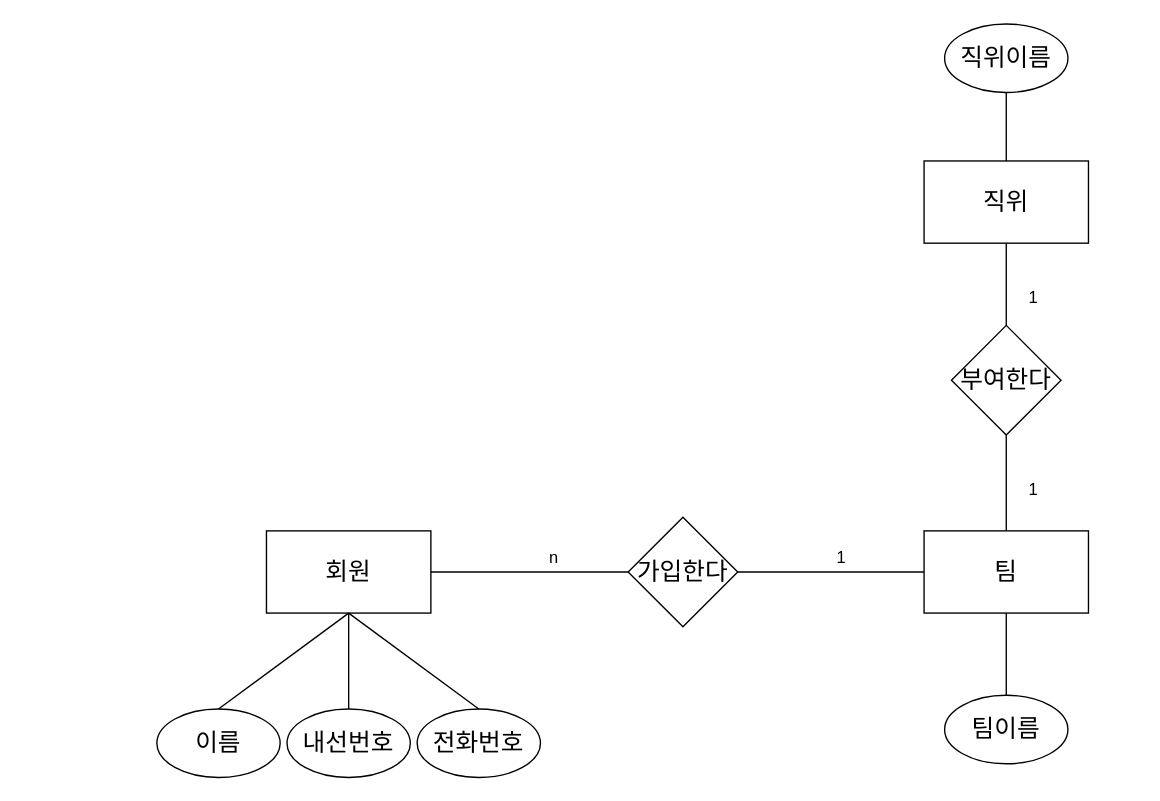
sb0321/companyAssignment keeps this draw.io diagram as src/main/resources/documents/organization_concept.drawio. Above is the earlier version. Source tidied: cells renumbered, new cells numbered last; positions are measured from the earlier drawing's top-left corner, leaving out a move shared by most shapes. Both pictures are drawn from the tidied source at 137%, with x=0, y=0 at pixel (156, 23).
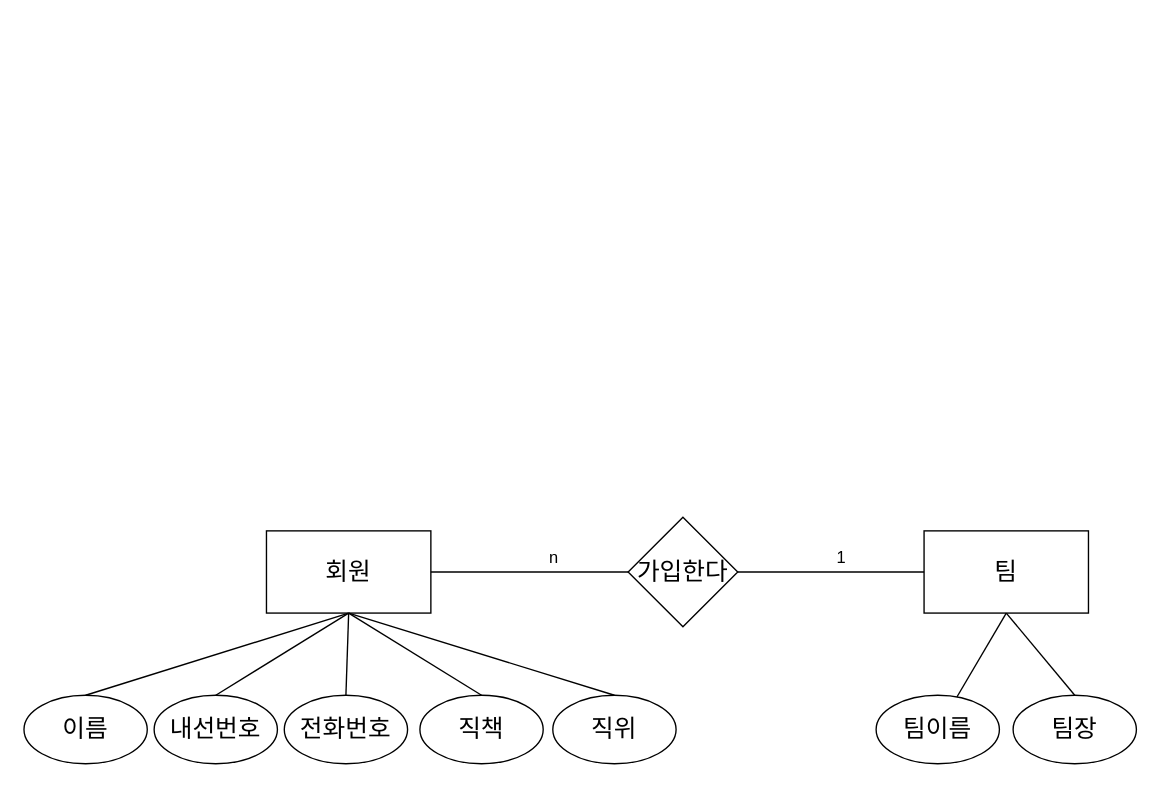
Above is the later version.

Commit message (it also covers changes not shown here):
docs: 문서 재정의

The change refers to these unchanged cells:
```xml
<mxCell id="2" value="&lt;font style=&quot;font-size: 18px&quot;&gt;회원&lt;/font&gt;" style="rounded=0;whiteSpace=wrap;html=1;" parent="1" vertex="1">
  <mxGeometry x="80" y="370" width="120" height="60" as="geometry" />
</mxCell>
<mxCell id="3" value="&lt;font style=&quot;font-size: 18px&quot;&gt;팀&lt;br&gt;&lt;/font&gt;" style="rounded=0;whiteSpace=wrap;html=1;" parent="1" vertex="1">
  <mxGeometry x="560" y="370" width="120" height="60" as="geometry" />
</mxCell>
```

What changed in the source:
```diff
@@
     <mxCell id="4" value="&lt;font style=&quot;font-size: 18px&quot;&gt;이름&lt;/font&gt;" style="ellipse;whiteSpace=wrap;html=1;" parent="1" vertex="1">
-      <mxGeometry y="500" width="90" height="50" as="geometry" />
+      <mxGeometry x="-97" y="490" width="90" height="50" as="geometry" />
     </mxCell>
     <mxCell id="5" value="&lt;font style=&quot;font-size: 18px&quot;&gt;내선번호&lt;/font&gt;" style="ellipse;whiteSpace=wrap;html=1;" parent="1" vertex="1">
-      <mxGeometry x="95" y="500" width="90" height="50" as="geometry" />
+      <mxGeometry x="-2" y="490" width="90" height="50" as="geometry" />
     </mxCell>
     <mxCell id="6" value="&lt;span style=&quot;font-size: 18px&quot;&gt;전화번호&lt;/span&gt;" style="ellipse;whiteSpace=wrap;html=1;" parent="1" vertex="1">
-      <mxGeometry x="190" y="500" width="90" height="50" as="geometry" />
+      <mxGeometry x="93" y="490" width="90" height="50" as="geometry" />
     </mxCell>
@@
     <mxCell id="13" value="&lt;span style=&quot;font-size: 18px&quot;&gt;팀이름&lt;/span&gt;" style="ellipse;whiteSpace=wrap;html=1;" parent="1" vertex="1">
-      <mxGeometry x="575" y="490" width="90" height="50" as="geometry" />
+      <mxGeometry x="525" y="490" width="90" height="50" as="geometry" />
     </mxCell>
@@
+    <mxCell id="25" value="&lt;span style=&quot;font-size: 18px&quot;&gt;직책&lt;/span&gt;" style="ellipse;whiteSpace=wrap;html=1;" parent="1" vertex="1">
+      <mxGeometry x="192" y="490" width="90" height="50" as="geometry" />
+    </mxCell>
+    <mxCell id="26" style="endArrow=none;html=1;entryX=0.5;entryY=1;entryDx=0;entryDy=0;exitX=0.5;exitY=0;exitDx=0;exitDy=0;" parent="1" edge="1" source="25" target="2">
+      <mxGeometry relative="1" as="geometry" />
+    </mxCell>
-    <mxCell id="17" value="&lt;font style=&quot;font-size: 18px&quot;&gt;직위&lt;br&gt;&lt;/font&gt;" style="rounded=0;whiteSpace=wrap;html=1;" parent="1" vertex="1">
-      <mxGeometry x="560" y="100" width="120" height="60" as="geometry" />
+    <mxCell id="17" value="&lt;span style=&quot;font-size: 18px&quot;&gt;직위&lt;/span&gt;" style="ellipse;whiteSpace=wrap;html=1;" parent="1" vertex="1">
+      <mxGeometry x="289" y="490" width="90" height="50" as="geometry" />
     </mxCell>
-    <mxCell id="18" value="&lt;font style=&quot;font-size: 18px&quot;&gt;부여한다&lt;/font&gt;" style="rhombus;whiteSpace=wrap;html=1;" parent="1" vertex="1">
-      <mxGeometry x="580" y="220" width="80" height="80" as="geometry" />
-    </mxCell>
-    <mxCell id="19" style="endArrow=none;html=1;entryX=0.5;entryY=1;entryDx=0;entryDy=0;exitX=0.5;exitY=0;exitDx=0;exitDy=0;" parent="1" edge="1" source="3" target="18">
-      <mxGeometry relative="1" as="geometry" />
-    </mxCell>
-    <mxCell id="20" style="endArrow=none;html=1;entryX=0.5;entryY=1;entryDx=0;entryDy=0;exitX=0.5;exitY=0;exitDx=0;exitDy=0;" parent="1" edge="1" source="18" target="17">
-      <mxGeometry relative="1" as="geometry" />
-    </mxCell>
-    <mxCell id="21" value="&lt;span style=&quot;font-size: 18px&quot;&gt;직위이름&lt;/span&gt;" style="ellipse;whiteSpace=wrap;html=1;" parent="1" vertex="1">
-      <mxGeometry x="575" width="90" height="50" as="geometry" />
-    </mxCell>
-    <mxCell id="22" style="endArrow=none;html=1;entryX=0.5;entryY=1;entryDx=0;entryDy=0;exitX=0.5;exitY=0;exitDx=0;exitDy=0;" parent="1" edge="1" source="17" target="21">
-      <mxGeometry relative="1" as="geometry" />
-    </mxCell>
-    <mxCell id="23" value="1" style="text;html=1;strokeColor=none;fillColor=none;align=center;verticalAlign=middle;whiteSpace=wrap;rounded=0;" parent="1" vertex="1">
-      <mxGeometry x="620" y="190" width="40" height="20" as="geometry" />
-    </mxCell>
-    <mxCell id="24" value="1" style="text;html=1;strokeColor=none;fillColor=none;align=center;verticalAlign=middle;whiteSpace=wrap;rounded=0;" parent="1" vertex="1">
-      <mxGeometry x="620" y="330" width="40" height="20" as="geometry" />
-    </mxCell>
+    <mxCell id="27" style="endArrow=none;html=1;entryX=0.5;entryY=1;entryDx=0;entryDy=0;exitX=0.5;exitY=0;exitDx=0;exitDy=0;" parent="1" edge="1" source="17" target="2">
+      <mxGeometry relative="1" as="geometry" />
+    </mxCell>
+    <mxCell id="28" value="&lt;span style=&quot;font-size: 18px&quot;&gt;팀장&lt;/span&gt;" style="ellipse;whiteSpace=wrap;html=1;" parent="1" vertex="1">
+      <mxGeometry x="625" y="490" width="90" height="50" as="geometry" />
+    </mxCell>
+    <mxCell id="29" style="endArrow=none;html=1;entryX=0.5;entryY=1;entryDx=0;entryDy=0;exitX=0.5;exitY=0;exitDx=0;exitDy=0;" parent="1" edge="1" source="28" target="3">
+      <mxGeometry relative="1" as="geometry" />
+    </mxCell>
```
